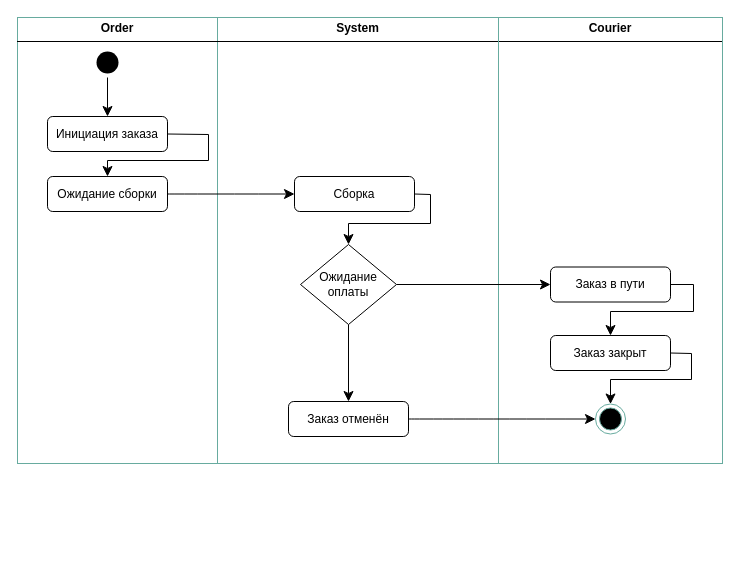
Helpmepleaseitishard/Aikms keeps this draw.io diagram as page "Actual 2" (6 of 6) of 3.drawio. Above is the earlier version. Source tidied: cells renumbered, new cells numbered last; positions are measured from the earlier drawing's top-left corner, leaving out a move shared by most shapes. Both pictures are drawn from the tidied source at 100%, with x=0, y=0 at pixel (17, 17).
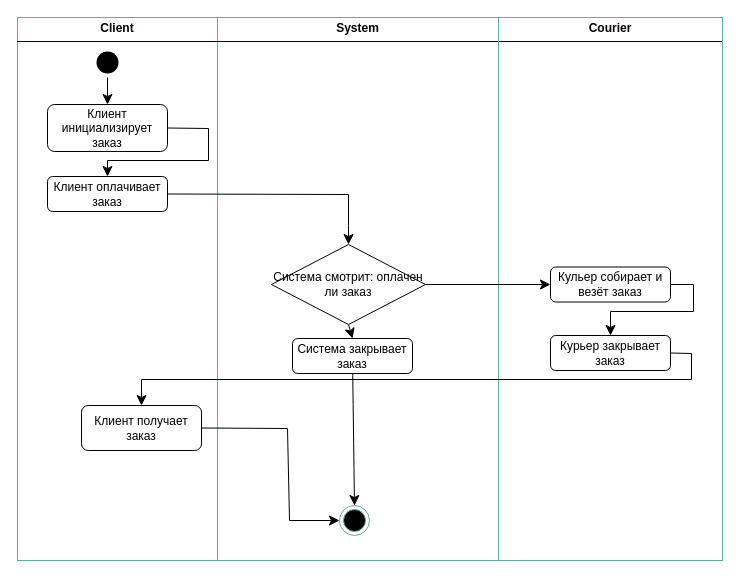
After the change.

The edit, as a diff of the source:
```diff
@@
-    <mxCell id="2" value="&lt;p style=&quot;margin:0px;margin-top:4px;text-align:center;&quot;&gt;&lt;b&gt;Order&lt;/b&gt;&lt;/p&gt;&lt;hr size=&quot;1&quot; style=&quot;border-style:solid;&quot;&gt;&lt;div style=&quot;height:2px;&quot;&gt;&lt;/div&gt;" style="verticalAlign=top;align=left;overflow=fill;html=1;whiteSpace=wrap;strokeColor=#67AB9F;" parent="1" vertex="1">
-      <mxGeometry width="200" height="446" as="geometry" />
+    <mxCell id="2" value="&lt;p style=&quot;margin:0px;margin-top:4px;text-align:center;&quot;&gt;&lt;b&gt;Client&lt;/b&gt;&lt;/p&gt;&lt;hr size=&quot;1&quot; style=&quot;border-style:solid;&quot;&gt;&lt;div style=&quot;height:2px;&quot;&gt;&lt;/div&gt;" style="verticalAlign=top;align=left;overflow=fill;html=1;whiteSpace=wrap;strokeColor=#67AB9F;" parent="1" vertex="1">
+      <mxGeometry width="200" height="543" as="geometry" />
     </mxCell>
     <mxCell id="3" value="&lt;p style=&quot;margin:0px;margin-top:4px;text-align:center;&quot;&gt;&lt;b&gt;Courier&lt;/b&gt;&lt;/p&gt;&lt;hr size=&quot;1&quot; style=&quot;border-style:solid;&quot;&gt;&lt;div style=&quot;height:2px;&quot;&gt;&lt;/div&gt;" style="verticalAlign=top;align=left;overflow=fill;html=1;whiteSpace=wrap;strokeColor=#67AB9F;" parent="1" vertex="1">
-      <mxGeometry x="481" width="224" height="446" as="geometry" />
+      <mxGeometry x="481" width="224" height="543" as="geometry" />
     </mxCell>
-    <mxCell id="4" value="&lt;p style=&quot;margin:0px;margin-top:4px;text-align:center;&quot;&gt;&lt;b&gt;System&lt;/b&gt;&lt;/p&gt;&lt;hr size=&quot;1&quot; style=&quot;border-style:solid;&quot;&gt;&lt;div style=&quot;height:2px;&quot;&gt;&lt;/div&gt;" style="verticalAlign=top;align=left;overflow=fill;html=1;whiteSpace=wrap;strokeColor=#67AB9F;" parent="1" vertex="1">
-      <mxGeometry x="200" width="281" height="446" as="geometry" />
+    <mxCell id="4" value="&lt;p style=&quot;margin:0px;margin-top:4px;text-align:center;&quot;&gt;&lt;b&gt;System&lt;br&gt;&lt;/b&gt;&lt;/p&gt;&lt;hr size=&quot;1&quot; style=&quot;border-style:solid;&quot;&gt;&lt;div style=&quot;height:2px;&quot;&gt;&lt;/div&gt;" style="verticalAlign=top;align=left;overflow=fill;html=1;whiteSpace=wrap;strokeColor=#67AB9F;" parent="1" vertex="1">
+      <mxGeometry x="200" width="281" height="543" as="geometry" />
     </mxCell>
     <mxCell id="5" style="ellipse;html=1;shape=endState;fillColor=#000000;strokeColor=#67AB9F;" parent="1" vertex="1">
-      <mxGeometry x="578" y="386.5" width="30" height="30" as="geometry" />
+      <mxGeometry x="322" y="488" width="30" height="30" as="geometry" />
     </mxCell>
@@
     <mxCell id="8" style="edgeStyle=none;curved=0;rounded=0;jettySize=auto;html=1;exitX=1;exitY=0.5;exitDx=0;exitDy=0;entryX=0.5;entryY=0;entryDx=0;entryDy=0;fontSize=12;startSize=8;endSize=8;" parent="1" edge="1" source="16" target="18">
       <mxGeometry relative="1" as="geometry">
         <Array as="points">
-          <mxPoint x="191" y="117" />
+          <mxPoint x="191" y="111" />
           <mxPoint x="191" y="143" />
           <mxPoint x="90" y="143" />
         </Array>
       </mxGeometry>
     </mxCell>
-    <mxCell id="9" style="edgeStyle=none;curved=0;rounded=0;jettySize=auto;html=1;entryX=0.5;entryY=0;entryDx=0;entryDy=0;fontSize=12;startSize=8;endSize=8;exitX=1;exitY=0.5;exitDx=0;exitDy=0;" parent="1" edge="1" source="17" target="22">
-      <mxGeometry relative="1" as="geometry">
-        <Array as="points">
-          <mxPoint x="413" y="177" />
-          <mxPoint x="413" y="206" />
-          <mxPoint x="331" y="206" />
-        </Array>
-      </mxGeometry>
-    </mxCell>
@@
-    <mxCell id="11" style="edgeStyle=none;curved=1;rounded=0;jettySize=auto;html=1;exitX=1;exitY=0.5;exitDx=0;exitDy=0;entryX=0;entryY=0.5;entryDx=0;entryDy=0;fontSize=12;startSize=8;endSize=8;" parent="1" edge="1" source="18" target="17">
-      <mxGeometry relative="1" as="geometry" />
-    </mxCell>
-    <mxCell id="12" style="edgeStyle=none;curved=0;rounded=0;jettySize=auto;html=1;entryX=0.5;entryY=0;entryDx=0;entryDy=0;fontSize=12;startSize=8;endSize=8;exitX=0.5;exitY=1;exitDx=0;exitDy=0;" parent="1" edge="1" source="22" target="21">
-      <mxGeometry relative="1" as="geometry" />
-    </mxCell>
-    <mxCell id="13" style="edgeStyle=none;curved=1;rounded=0;jettySize=auto;html=1;entryX=0;entryY=0.5;entryDx=0;entryDy=0;fontSize=12;startSize=8;endSize=8;" parent="1" edge="1" source="21" target="5">
+    <mxCell id="13" style="edgeStyle=none;curved=1;rounded=0;jettySize=auto;html=1;entryX=0.5;entryY=0;entryDx=0;entryDy=0;fontSize=12;startSize=8;endSize=8;" parent="1" edge="1" source="21" target="5">
       <mxGeometry relative="1" as="geometry" />
     </mxCell>
-    <mxCell id="14" style="edgeStyle=none;curved=0;rounded=0;jettySize=auto;html=1;exitX=1;exitY=0.5;exitDx=0;exitDy=0;entryX=0.5;entryY=0;entryDx=0;entryDy=0;fontSize=12;startSize=8;endSize=8;" parent="1" edge="1" source="20" target="5">
+    <mxCell id="14" style="edgeStyle=none;curved=0;rounded=0;jettySize=auto;html=1;exitX=1;exitY=0.5;exitDx=0;exitDy=0;entryX=0.5;entryY=0;entryDx=0;entryDy=0;fontSize=12;startSize=8;endSize=8;" parent="1" edge="1" source="20" target="17">
       <mxGeometry relative="1" as="geometry">
         <Array as="points">
           <mxPoint x="674" y="336" />
           <mxPoint x="674" y="362" />
-          <mxPoint x="593" y="362" />
+          <mxPoint x="124" y="362" />
         </Array>
       </mxGeometry>
     </mxCell>
@@
-    <mxCell id="16" value="Инициация заказа" style="rounded=1;whiteSpace=wrap;html=1;" parent="1" vertex="1">
-      <mxGeometry x="30" y="99" width="120" height="35" as="geometry" />
+    <mxCell id="16" value="Клиент инициализирует заказ" style="rounded=1;whiteSpace=wrap;html=1;" parent="1" vertex="1">
+      <mxGeometry x="30" y="87" width="120" height="47" as="geometry" />
     </mxCell>
+    <mxCell id="23" style="edgeStyle=none;curved=0;rounded=0;jettySize=auto;html=1;exitX=1;exitY=0.5;exitDx=0;exitDy=0;entryX=0;entryY=0.5;entryDx=0;entryDy=0;fontSize=12;startSize=8;endSize=8;" parent="1" edge="1" source="17" target="5">
+      <mxGeometry relative="1" as="geometry">
+        <Array as="points">
+          <mxPoint x="270" y="411" />
+          <mxPoint x="272" y="503" />
+        </Array>
+      </mxGeometry>
+    </mxCell>
-    <mxCell id="17" value="Сборка" style="rounded=1;whiteSpace=wrap;html=1;" parent="1" vertex="1">
-      <mxGeometry x="277" y="159" width="120" height="35" as="geometry" />
+    <mxCell id="17" value="Клиент получает заказ" style="rounded=1;whiteSpace=wrap;html=1;" parent="1" vertex="1">
+      <mxGeometry x="64" y="388" width="120" height="45" as="geometry" />
     </mxCell>
+    <mxCell id="24" style="edgeStyle=none;curved=0;rounded=0;jettySize=auto;html=1;exitX=1;exitY=0.5;exitDx=0;exitDy=0;fontSize=12;startSize=8;endSize=8;" parent="1" edge="1" source="18" target="22">
+      <mxGeometry relative="1" as="geometry">
+        <Array as="points">
+          <mxPoint x="331" y="177" />
+          <mxPoint x="331" y="208" />
+        </Array>
+      </mxGeometry>
+    </mxCell>
-    <mxCell id="18" value="Ожидание сборки" style="rounded=1;whiteSpace=wrap;html=1;" parent="1" vertex="1">
+    <mxCell id="18" value="Клиент оплачивает заказ" style="rounded=1;whiteSpace=wrap;html=1;" parent="1" vertex="1">
       <mxGeometry x="30" y="159" width="120" height="35" as="geometry" />
     </mxCell>
-    <mxCell id="19" value="Заказ в пути" style="rounded=1;whiteSpace=wrap;html=1;" parent="1" vertex="1">
+    <mxCell id="19" value="Кульер собирает и везёт заказ" style="rounded=1;whiteSpace=wrap;html=1;" parent="1" vertex="1">
       <mxGeometry x="533" y="249.5" width="120" height="35" as="geometry" />
     </mxCell>
-    <mxCell id="20" value="Заказ закрыт" style="rounded=1;whiteSpace=wrap;html=1;" parent="1" vertex="1">
+    <mxCell id="20" value="Курьер закрывает заказ" style="rounded=1;whiteSpace=wrap;html=1;" parent="1" vertex="1">
       <mxGeometry x="533" y="318" width="120" height="35" as="geometry" />
     </mxCell>
-    <mxCell id="21" value="Заказ отменён" style="rounded=1;whiteSpace=wrap;html=1;" parent="1" vertex="1">
-      <mxGeometry x="271" y="384" width="120" height="35" as="geometry" />
+    <mxCell id="21" value="Система закрывает заказ" style="rounded=1;whiteSpace=wrap;html=1;" parent="1" vertex="1">
+      <mxGeometry x="275" y="321" width="120" height="35" as="geometry" />
     </mxCell>
+    <mxCell id="12" style="edgeStyle=none;curved=1;rounded=0;jettySize=auto;html=1;exitX=0.5;exitY=1;exitDx=0;exitDy=0;entryX=0.5;entryY=0;entryDx=0;entryDy=0;fontSize=12;startSize=8;endSize=8;" parent="1" edge="1" source="22" target="21">
+      <mxGeometry relative="1" as="geometry" />
+    </mxCell>
-    <mxCell id="22" value="Ожидание оплаты" style="rhombus;whiteSpace=wrap;html=1;" parent="1" vertex="1">
-      <mxGeometry x="283" y="227" width="96" height="80" as="geometry" />
+    <mxCell id="22" value="Система смотрит: оплачен ли заказ" style="rhombus;whiteSpace=wrap;html=1;" parent="1" vertex="1">
+      <mxGeometry x="254" y="227" width="154" height="80" as="geometry" />
     </mxCell>
```
